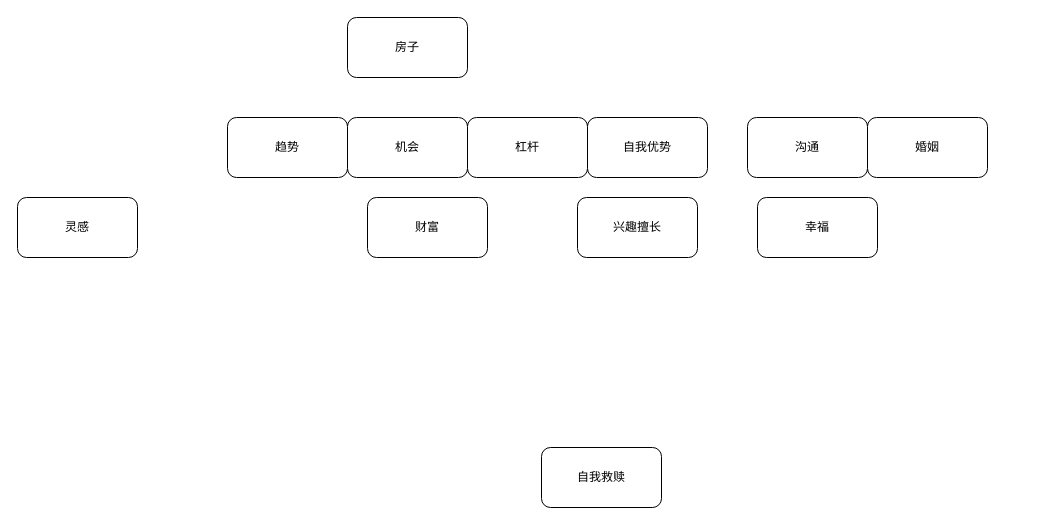
Asamiyaa/microservice-k8s-yun keeps this draw.io diagram as menus/财富幸福.drawio. Above is the earlier version. Source tidied: cells renumbered, new cells numbered last; positions are measured from the earlier drawing's top-left corner, leaving out a move shared by most shapes. Both pictures are drawn from the tidied source at 100%, with x=0, y=0 at pixel (17, 17).
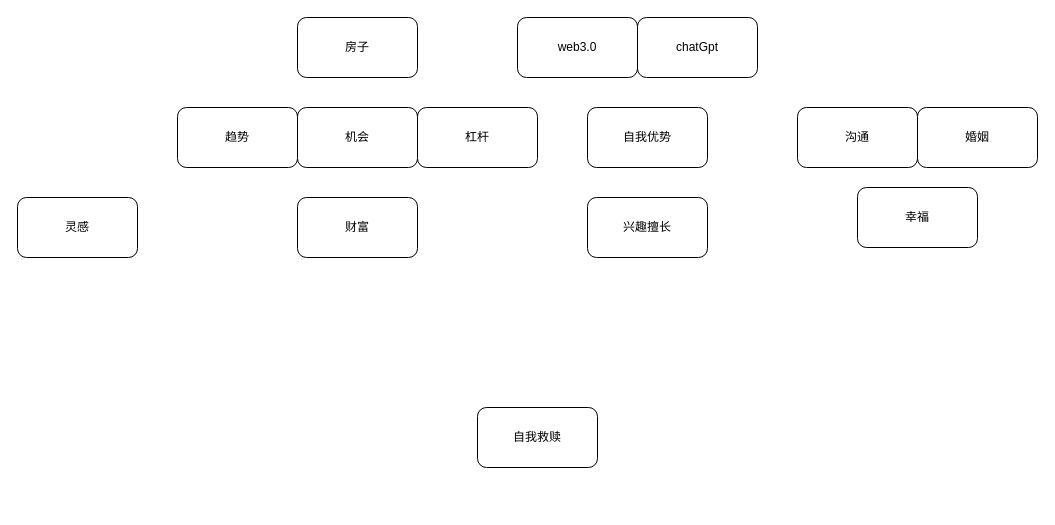
After the change.

Commit message:
更新财富幸福.drawio

What changed in the source:
```diff
@@
 <mxGraphModel>
   <root>
     <mxCell id="0" />
     <mxCell id="1" parent="0" />
     <mxCell id="2" value="自我救赎" style="rounded=1;whiteSpace=wrap;html=1;" parent="1" vertex="1">
-      <mxGeometry x="524" y="430" width="120" height="60" as="geometry" />
+      <mxGeometry x="460" y="390" width="120" height="60" as="geometry" />
     </mxCell>
     <mxCell id="3" value="财富" style="rounded=1;whiteSpace=wrap;html=1;" parent="1" vertex="1">
-      <mxGeometry x="350" y="180" width="120" height="60" as="geometry" />
+      <mxGeometry x="280" y="180" width="120" height="60" as="geometry" />
     </mxCell>
     <mxCell id="4" value="幸福" style="rounded=1;whiteSpace=wrap;html=1;" parent="1" vertex="1">
-      <mxGeometry x="740" y="180" width="120" height="60" as="geometry" />
+      <mxGeometry x="840" y="170" width="120" height="60" as="geometry" />
     </mxCell>
     <mxCell id="5" value="沟通" style="rounded=1;whiteSpace=wrap;html=1;" parent="1" vertex="1">
-      <mxGeometry x="730" y="100" width="120" height="60" as="geometry" />
+      <mxGeometry x="780" y="90" width="120" height="60" as="geometry" />
     </mxCell>
     <mxCell id="6" value="婚姻" style="rounded=1;whiteSpace=wrap;html=1;" parent="1" vertex="1">
-      <mxGeometry x="850" y="100" width="120" height="60" as="geometry" />
+      <mxGeometry x="900" y="90" width="120" height="60" as="geometry" />
     </mxCell>
     <mxCell id="7" value="机会" style="rounded=1;whiteSpace=wrap;html=1;" parent="1" vertex="1">
-      <mxGeometry x="330" y="100" width="120" height="60" as="geometry" />
+      <mxGeometry x="280" y="90" width="120" height="60" as="geometry" />
     </mxCell>
     <mxCell id="8" value="杠杆" style="rounded=1;whiteSpace=wrap;html=1;" parent="1" vertex="1">
-      <mxGeometry x="450" y="100" width="120" height="60" as="geometry" />
+      <mxGeometry x="400" y="90" width="120" height="60" as="geometry" />
     </mxCell>
     <mxCell id="9" value="趋势" style="rounded=1;whiteSpace=wrap;html=1;" parent="1" vertex="1">
-      <mxGeometry x="210" y="100" width="120" height="60" as="geometry" />
+      <mxGeometry x="160" y="90" width="120" height="60" as="geometry" />
     </mxCell>
     <mxCell id="10" value="自我优势" style="rounded=1;whiteSpace=wrap;html=1;" parent="1" vertex="1">
-      <mxGeometry x="570" y="100" width="120" height="60" as="geometry" />
+      <mxGeometry x="570" y="90" width="120" height="60" as="geometry" />
     </mxCell>
     <mxCell id="11" value="兴趣擅长" style="rounded=1;whiteSpace=wrap;html=1;" parent="1" vertex="1">
-      <mxGeometry x="560" y="180" width="120" height="60" as="geometry" />
+      <mxGeometry x="570" y="180" width="120" height="60" as="geometry" />
     </mxCell>
     <mxCell id="12" value="灵感" style="rounded=1;whiteSpace=wrap;html=1;" parent="1" vertex="1">
       <mxGeometry y="180" width="120" height="60" as="geometry" />
     </mxCell>
     <mxCell id="13" value="房子" style="rounded=1;whiteSpace=wrap;html=1;" parent="1" vertex="1">
-      <mxGeometry x="330" width="120" height="60" as="geometry" />
+      <mxGeometry x="280" width="120" height="60" as="geometry" />
     </mxCell>
+    <mxCell id="14" value="web3.0" style="rounded=1;whiteSpace=wrap;html=1;" parent="1" vertex="1">
+      <mxGeometry x="500" width="120" height="60" as="geometry" />
+    </mxCell>
+    <mxCell id="15" value="chatGpt" style="rounded=1;whiteSpace=wrap;html=1;" parent="1" vertex="1">
+      <mxGeometry x="620" width="120" height="60" as="geometry" />
+    </mxCell>
   </root>
 </mxGraphModel>
```
